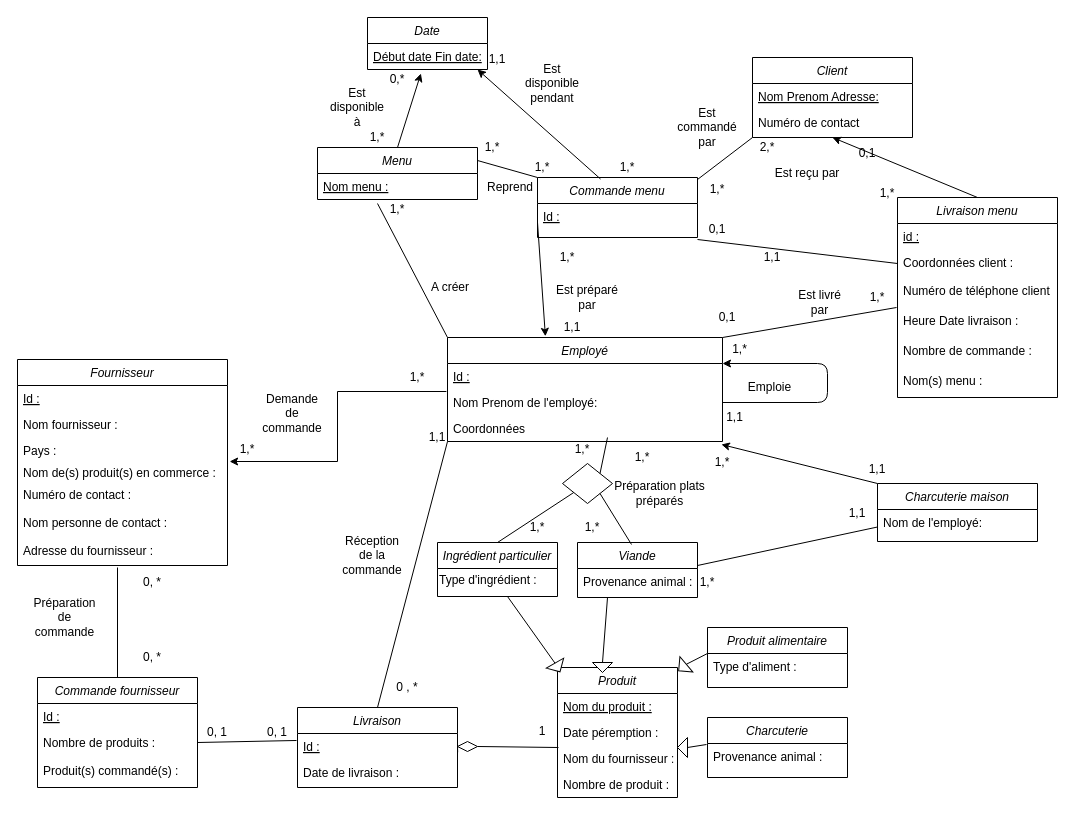
NHatim/aca keeps this draw.io diagram as Untitled Diagram.drawio. Above is the earlier version. Source tidied: cells renumbered, new cells numbered last; positions are measured from the earlier drawing's top-left corner, leaving out a move shared by most shapes. Both pictures are drawn from the tidied source at 100%, with x=0, y=0 at pixel (17, 17).
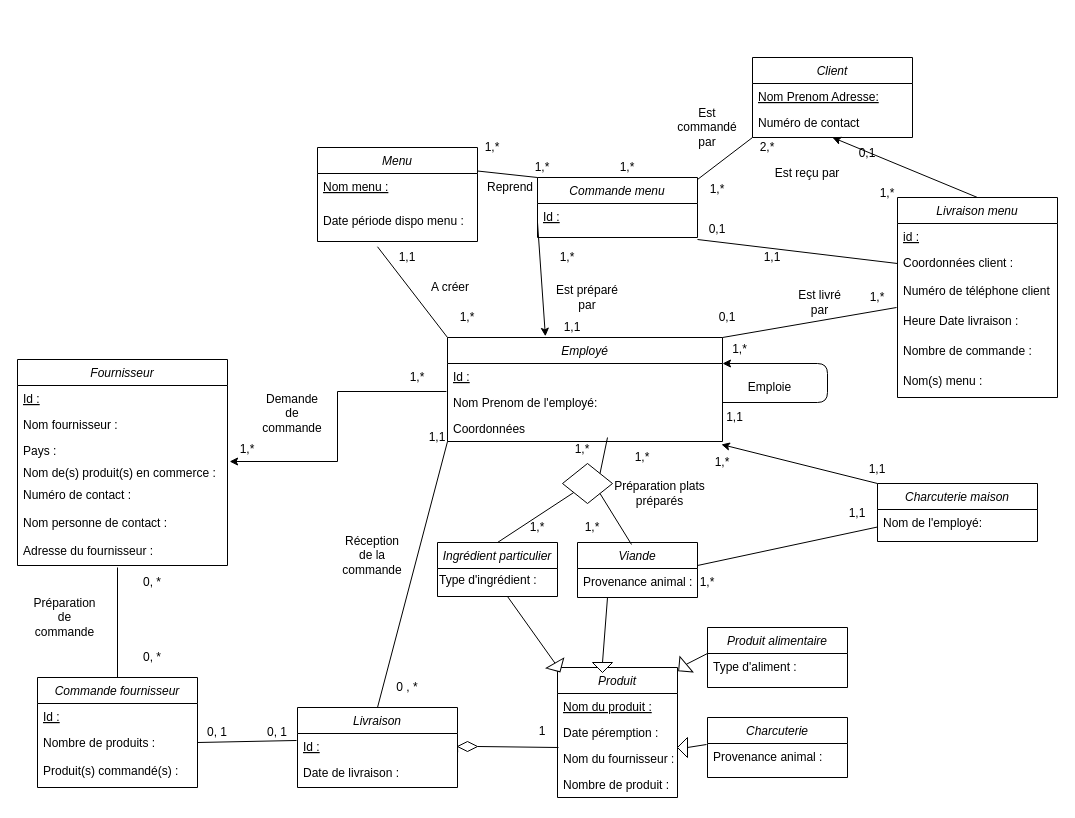
The same page after the edit.

The change refers to these unchanged cells:
```xml
<mxCell id="34" value="Employé" style="swimlane;fontStyle=2;align=center;verticalAlign=top;horizontal=1;startSize=26;rounded=0;shadow=0;strokeWidth=1;" parent="1" vertex="1">
  <mxGeometry x="430" y="320" width="275" height="104" as="geometry" />
</mxCell>
<mxCell id="80" value="Commande menu" style="swimlane;fontStyle=2;align=center;verticalAlign=top;horizontal=1;startSize=26;rounded=0;shadow=0;strokeWidth=1;" parent="1" vertex="1">
  <mxGeometry x="520" y="160" width="160" height="60" as="geometry" />
</mxCell>
```

The edit, as a diff of the source:
```diff
@@
-    <mxCell id="78" value="Date" style="swimlane;fontStyle=2;align=center;verticalAlign=top;horizontal=1;startSize=26;rounded=0;shadow=0;strokeWidth=1;" parent="1" vertex="1">
-      <mxGeometry x="350" width="120" height="52" as="geometry" />
-    </mxCell>
-    <mxCell id="79" value="Début date Fin date:" style="text;align=left;verticalAlign=top;spacingLeft=4;spacingRight=4;overflow=hidden;points=[[0,0.5],[1,0.5]];portConstraint=eastwest;fontStyle=4;" parent="78" vertex="1">
-      <mxGeometry y="26" width="120" height="26" as="geometry" />
-    </mxCell>
@@
     <mxCell id="82" value="Menu" style="swimlane;fontStyle=2;align=center;verticalAlign=top;horizontal=1;startSize=26;rounded=0;shadow=0;strokeWidth=1;" parent="1" vertex="1">
-      <mxGeometry x="300" y="130" width="160" height="52" as="geometry" />
+      <mxGeometry x="300" y="130" width="160" height="94" as="geometry" />
     </mxCell>
     <mxCell id="83" value="Nom menu :" style="text;align=left;verticalAlign=top;spacingLeft=4;spacingRight=4;overflow=hidden;points=[[0,0.5],[1,0.5]];portConstraint=eastwest;fontStyle=4;" parent="82" vertex="1">
-      <mxGeometry y="26" width="160" height="26" as="geometry" />
+      <mxGeometry y="26" width="160" height="34" as="geometry" />
     </mxCell>
+    <mxCell id="132" value="Date période dispo menu :" style="text;align=left;verticalAlign=top;spacingLeft=4;spacingRight=4;overflow=hidden;points=[[0,0.5],[1,0.5]];portConstraint=eastwest;fontStyle=0;" parent="82" vertex="1">
+      <mxGeometry y="60" width="160" height="34" as="geometry" />
+    </mxCell>
@@
-    <mxCell id="88" value="1,*" style="text;html=1;strokeColor=none;fillColor=none;align=center;verticalAlign=middle;whiteSpace=wrap;rounded=0;" parent="1" vertex="1">
-      <mxGeometry x="360" y="182" width="40" height="20" as="geometry" />
+    <mxCell id="88" value="1,1" style="text;html=1;strokeColor=none;fillColor=none;align=center;verticalAlign=middle;whiteSpace=wrap;rounded=0;" parent="1" vertex="1">
+      <mxGeometry x="370" y="230" width="40" height="20" as="geometry" />
     </mxCell>
@@
-    <mxCell id="90" style="endArrow=none;html=1;entryX=0.375;entryY=1.154;entryDx=0;entryDy=0;entryPerimeter=0;exitX=0;exitY=0;exitDx=0;exitDy=0;" parent="1" edge="1" source="34" target="83">
-      <mxGeometry relative="1" as="geometry" />
-    </mxCell>
@@
-    <mxCell id="93" style="endArrow=classic;html=1;entryX=0.445;entryY=1.154;entryDx=0;entryDy=0;entryPerimeter=0;exitX=0.5;exitY=0;exitDx=0;exitDy=0;" parent="1" edge="1" source="82" target="79">
-      <mxGeometry relative="1" as="geometry" />
-    </mxCell>
-    <mxCell id="94" value="Est disponible à" style="text;html=1;strokeColor=none;fillColor=none;align=center;verticalAlign=middle;whiteSpace=wrap;rounded=0;" parent="1" vertex="1">
-      <mxGeometry x="320" y="80" width="40" height="20" as="geometry" />
-    </mxCell>
-    <mxCell id="95" value="0,*" style="text;html=1;strokeColor=none;fillColor=none;align=center;verticalAlign=middle;whiteSpace=wrap;rounded=0;" parent="1" vertex="1">
-      <mxGeometry x="360" y="52" width="40" height="20" as="geometry" />
-    </mxCell>
-    <mxCell id="96" value="1,*" style="text;html=1;strokeColor=none;fillColor=none;align=center;verticalAlign=middle;whiteSpace=wrap;rounded=0;" parent="1" vertex="1">
-      <mxGeometry x="340" y="110" width="40" height="20" as="geometry" />
-    </mxCell>
@@
-    <mxCell id="101" value="Est disponible&lt;br&gt;pendant" style="text;html=1;strokeColor=none;fillColor=none;align=center;verticalAlign=middle;whiteSpace=wrap;rounded=0;" parent="1" vertex="1">
-      <mxGeometry x="500" y="52" width="70" height="28" as="geometry" />
-    </mxCell>
@@
-    <mxCell id="103" value="1,1" style="text;html=1;strokeColor=none;fillColor=none;align=center;verticalAlign=middle;whiteSpace=wrap;rounded=0;" parent="1" vertex="1">
-      <mxGeometry x="460" y="32" width="40" height="20" as="geometry" />
-    </mxCell>
@@
-    <mxCell id="105" style="endArrow=classic;html=1;entryX=0;entryY=1;entryDx=0;entryDy=0;exitX=0.394;exitY=0.025;exitDx=0;exitDy=0;exitPerimeter=0;" parent="1" edge="1" source="80" target="103">
-      <mxGeometry relative="1" as="geometry" />
-    </mxCell>
@@
+    <mxCell id="133" style="endArrow=none;html=1;entryX=0.375;entryY=1.154;entryDx=0;entryDy=0;entryPerimeter=0;exitX=0;exitY=0;exitDx=0;exitDy=0;" parent="1" edge="1" source="34" target="132">
+      <mxGeometry relative="1" as="geometry" />
+    </mxCell>
+    <mxCell id="96" value="1,*" style="text;html=1;strokeColor=none;fillColor=none;align=center;verticalAlign=middle;whiteSpace=wrap;rounded=0;" parent="1" vertex="1">
+      <mxGeometry x="430" y="290" width="40" height="20" as="geometry" />
+    </mxCell>
```
